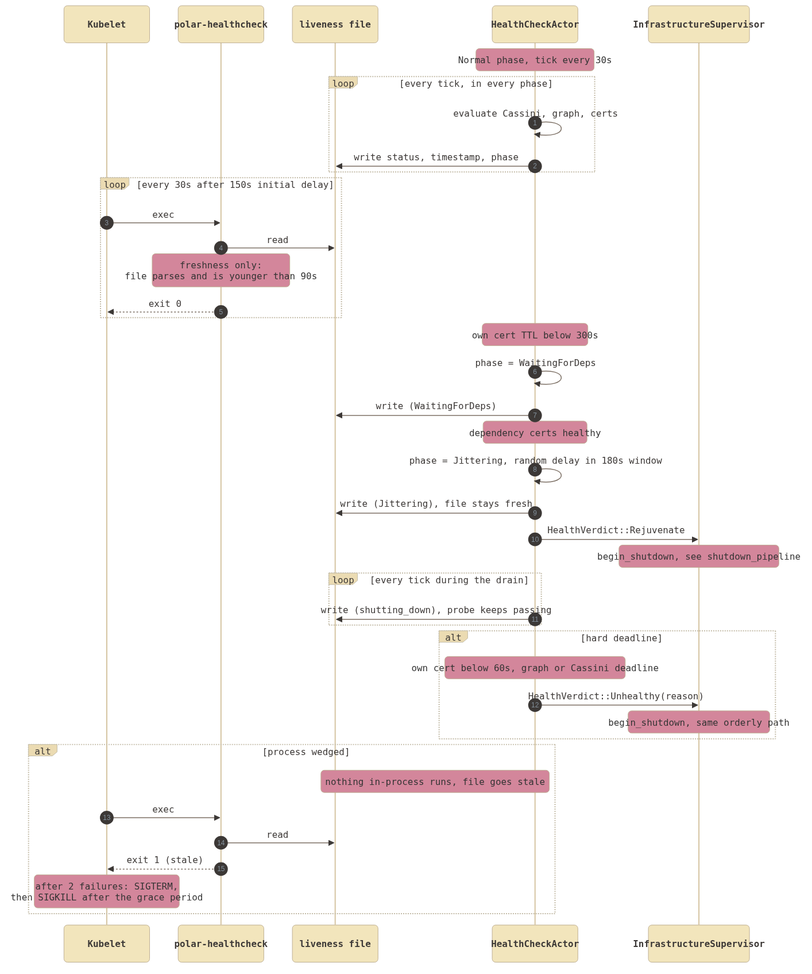
Before: docs/architecture/sequences/general/health_rejuvenation.png, a diagram exported from Mermaid (cmu-sei/Polar). Its source is kept beside it as docs/architecture/sequences/general/health_rejuvenation.mmd. The source it was exported from:
```mermaid

sequenceDiagram
    participant Kubelet
    participant Probe as polar-healthcheck
    participant File as liveness file
    participant Health as HealthCheckActor
    participant Infra as InfrastructureSupervisor

    autonumber
    Note over Health: Normal phase, tick every 30s
    loop every tick, in every phase
        Health->>Health: evaluate Cassini, graph, certs
        Health->>File: write status, timestamp, phase
    end

    loop every 30s after 150s initial delay
        Kubelet->>Probe: exec
        Probe->>File: read
        Note over Probe: freshness only:<br/>file parses and is younger than 90s
        Probe-->>Kubelet: exit 0
    end

    Note over Health: own cert TTL below 300s
    Health->>Health: phase = WaitingForDeps
    Health->>File: write (WaitingForDeps)
    Note over Health: dependency certs healthy
    Health->>Health: phase = Jittering, random delay in 180s window
    Health->>File: write (Jittering), file stays fresh
    Health->>Infra: HealthVerdict::Rejuvenate
    Note over Infra: begin_shutdown, see shutdown_pipeline
    loop every tick during the drain
        Health->>File: write (shutting_down), probe keeps passing
    end

    alt hard deadline
        Note over Health: own cert below 60s, graph or Cassini deadline
        Health->>Infra: HealthVerdict::Unhealthy(reason)
        Note over Infra: begin_shutdown, same orderly path
    end

    alt process wedged
        Note over Health,File: nothing in-process runs, file goes stale
        Kubelet->>Probe: exec
        Probe->>File: read
        Probe-->>Kubelet: exit 1 (stale)
        Note over Kubelet: after 2 failures: SIGTERM,<br/>then SIGKILL after the grace period
    end
```
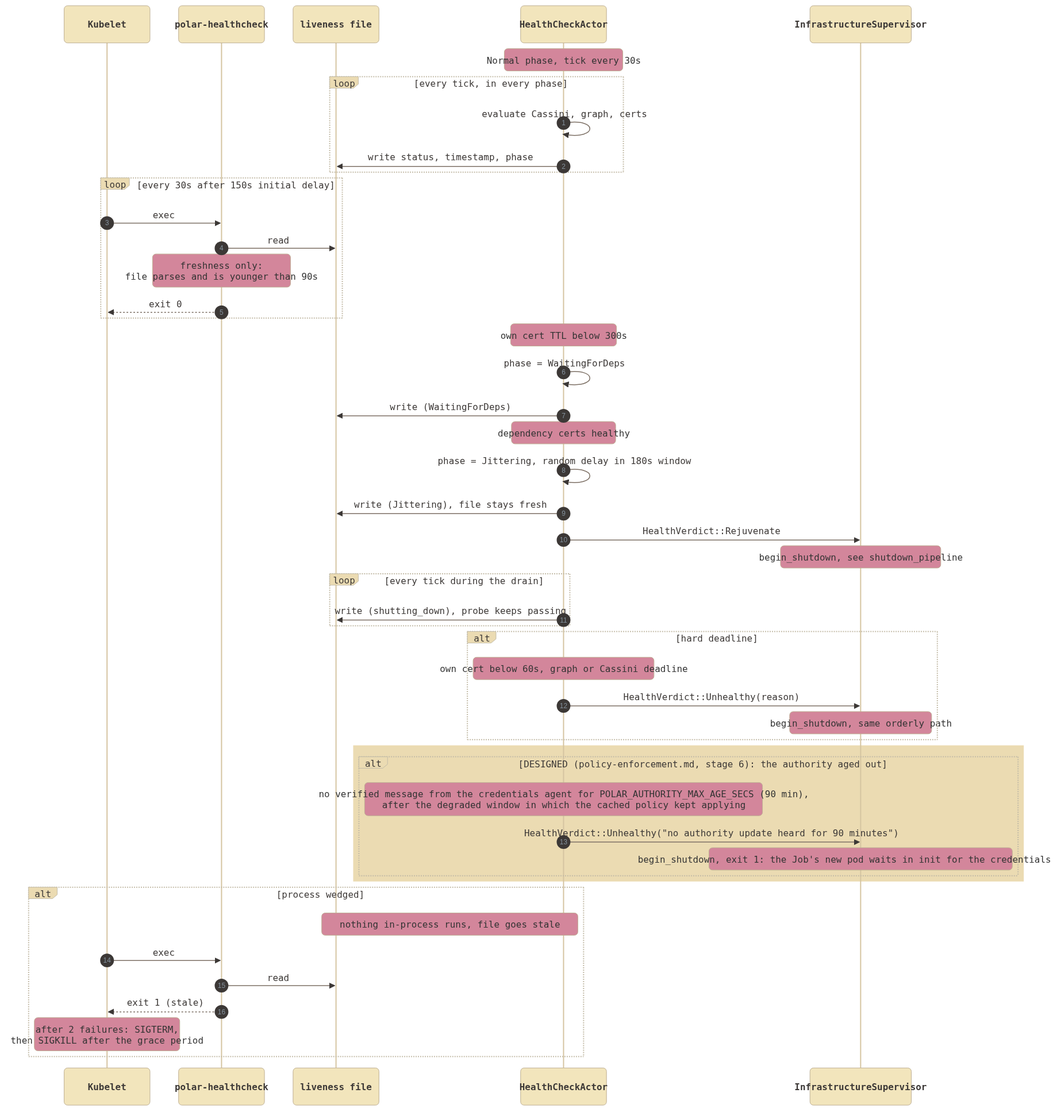
The same diagram one commit later.

Diff of the diagram source:
```diff
@@ -38,6 +38,14 @@
         Note over Infra: begin_shutdown, same orderly path
     end
 
+    rect rgb(235, 219, 178)
+    alt DESIGNED (policy-enforcement.md, stage 6): the authority aged out
+        Note over Health: no verified message from the credentials agent for POLAR_AUTHORITY_MAX_AGE_SECS (90 min),<br/>after the degraded window in which the cached policy kept applying
+        Health->>Infra: HealthVerdict::Unhealthy("no authority update heard for 90 minutes")
+        Note over Infra: begin_shutdown, exit 1: the Job's new pod waits in init for the credentials agent
+    end
+    end
+
     alt process wedged
         Note over Health,File: nothing in-process runs, file goes stale
         Kubelet->>Probe: exec
```
